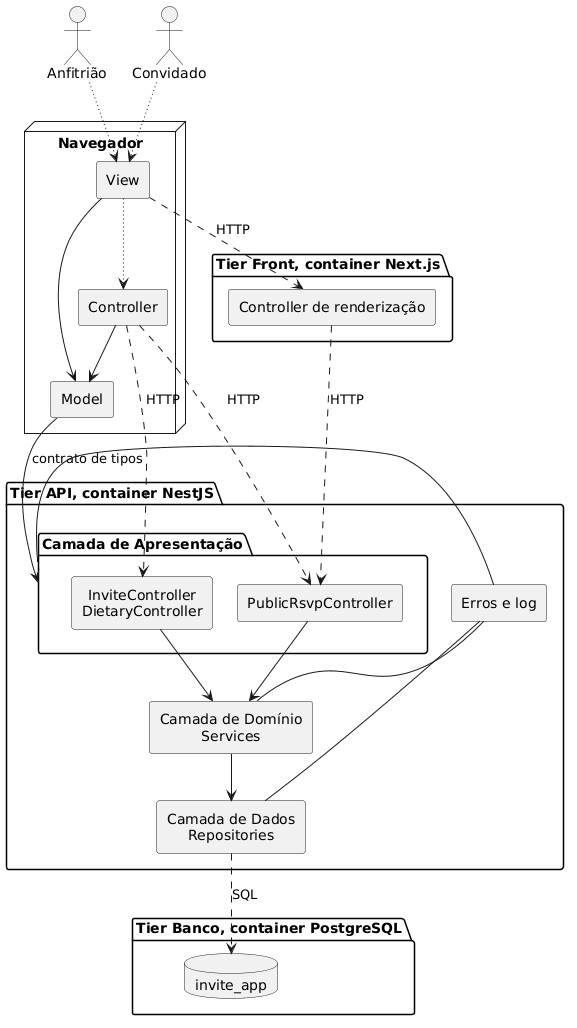
Before: docs/.attachments/diagrama-de-camadas.png, a diagram exported from PlantUML (tcpassos/invite-app).
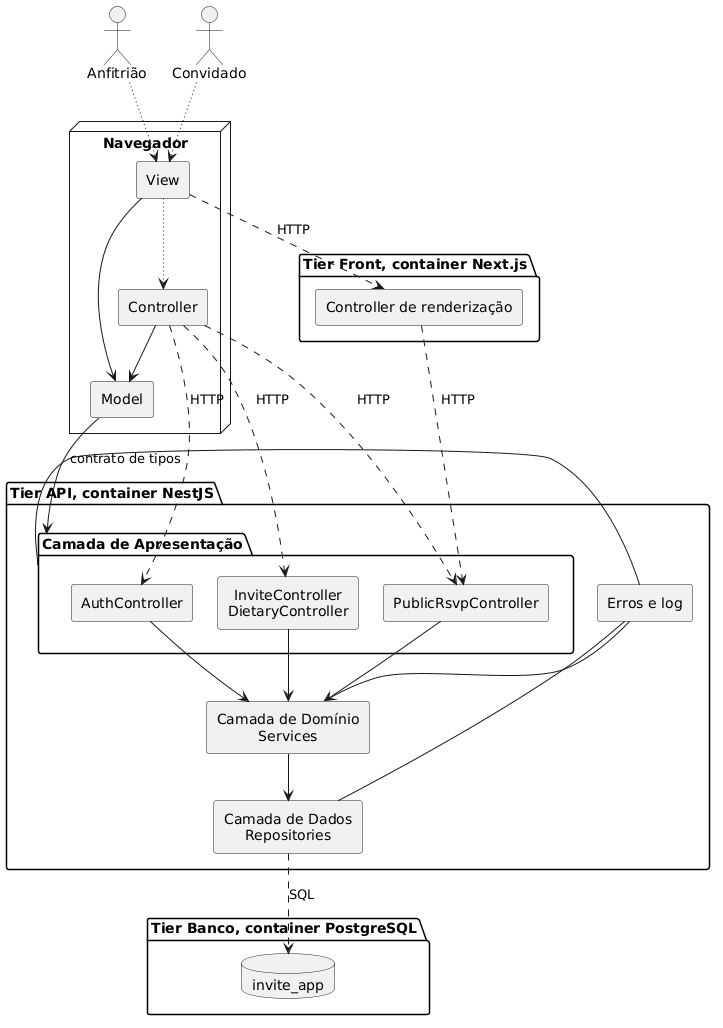
The same file after the commit.

Commit message:
docs: diagramas da Sprint 2 revisados contra o código

Change to the diagram source:
```diff
@@ -24,6 +24,7 @@
   package "Camada de Apresentação" as PRESL {
     component "PublicRsvpController" as PUB
     component "InviteController\nDietaryController" as AUT
+    component "AuthController" as AUTH
   }
   component "Camada de Domínio\nServices" as DOM
   component "Camada de Dados\nRepositories" as DATA
@@ -45,11 +46,13 @@
 SSR -[dashed]-> PUB : HTTP
 CTRLW -[dashed]-> PUB : HTTP
 CTRLW -[dashed]-> AUT : HTTP
+CTRLW -[dashed]-> AUTH : HTTP
 
 MODEL --> PRESL : contrato de tipos
 
 PUB --> DOM
 AUT --> DOM
+AUTH --> DOM
 DOM --> DATA
 DATA -[dashed]-> DB : SQL
 
```
